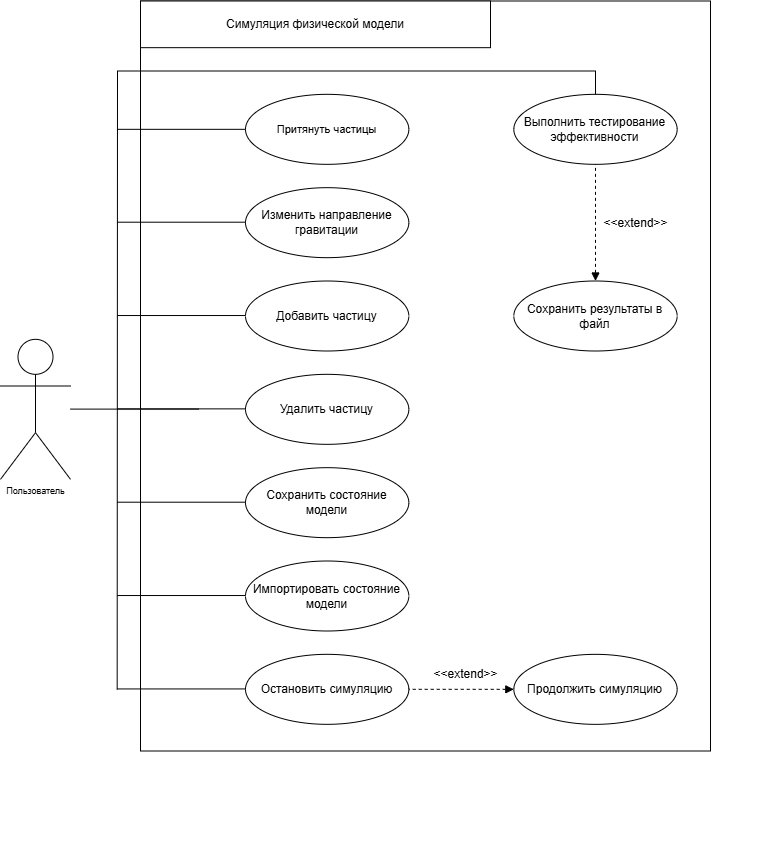
Above: docs/диаграмма использования.drawio.png in molo4kaPlus/particle_benchmark (draw.io), before the change. Source tidied: cells renumbered, new cells last; positions are measured from the earlier drawing's top-left corner, leaving out a move shared by most shapes.
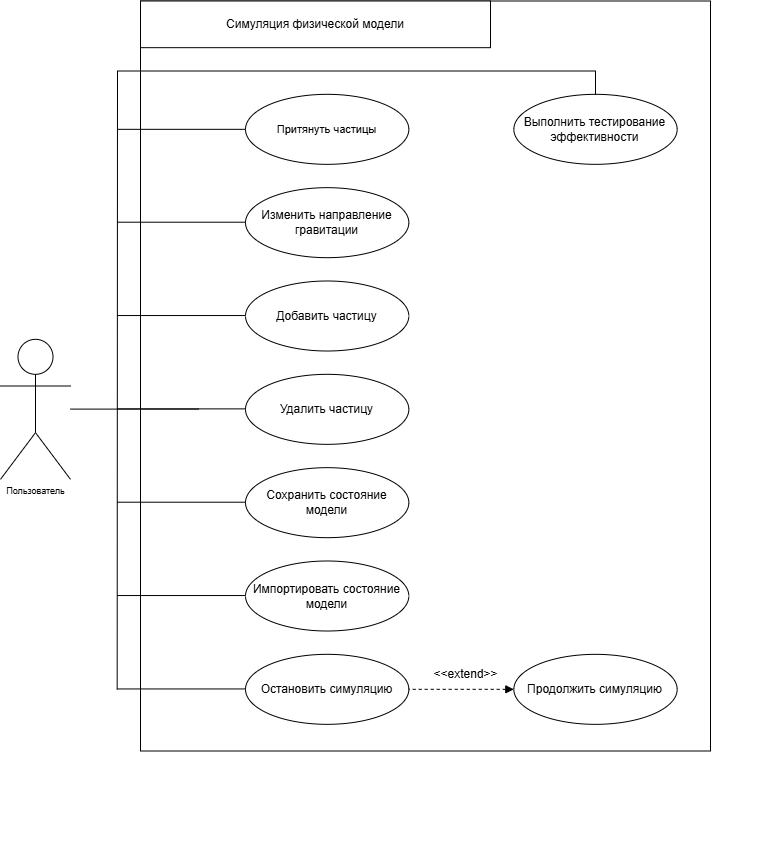
Later version of the same file.

Change to the diagram source:
```diff
@@ -98,25 +98,12 @@
     <mxCell id="24" value="Выполнить тестирование эффективности" style="ellipse;whiteSpace=wrap;html=1;fontSize=12;" parent="2" vertex="1">
       <mxGeometry x="513.3" y="93.3" width="163.3" height="70" as="geometry" />
     </mxCell>
-    <mxCell id="25" value="Сохранить результаты в файл" style="ellipse;whiteSpace=wrap;html=1;fontSize=12;" parent="2" vertex="1">
-      <mxGeometry x="513.3" y="280" width="163.3" height="70" as="geometry" />
-    </mxCell>
-    <mxCell id="26" style="endArrow=none;dashed=1;html=1;rounded=0;entryX=0.5;entryY=1;entryDx=0;entryDy=0;exitX=0.5;exitY=0;exitDx=0;exitDy=0;startArrow=block;startFill=1;" parent="2" edge="1" source="25" target="24">
-      <mxGeometry relative="1" as="geometry">
-        <Array as="points">
-          <mxPoint x="595" y="210" />
-        </Array>
-      </mxGeometry>
-    </mxCell>
     <mxCell id="27" style="endArrow=none;html=1;rounded=0;exitX=0;exitY=0.5;exitDx=0;exitDy=0;" parent="2" edge="1">
       <mxGeometry relative="1" as="geometry">
         <mxPoint x="198.3" y="408.1" as="sourcePoint" />
         <mxPoint x="70" y="408.1" as="targetPoint" />
       </mxGeometry>
     </mxCell>
-    <mxCell id="28" value="&amp;lt;&amp;lt;extend&amp;gt;&amp;gt;" style="text;html=1;align=center;verticalAlign=middle;strokeColor=none;fillColor=none;fontSize=12;" parent="2" vertex="1">
-      <mxGeometry x="589.7" y="207.2" width="90" height="30" as="geometry" />
-    </mxCell>
     <mxCell id="29" style="endArrow=none;html=1;rounded=0;exitX=0.5;exitY=0;exitDx=0;exitDy=0;" parent="2" edge="1" source="24">
       <mxGeometry relative="1" as="geometry">
         <mxPoint x="117" y="70" as="targetPoint" />
```
